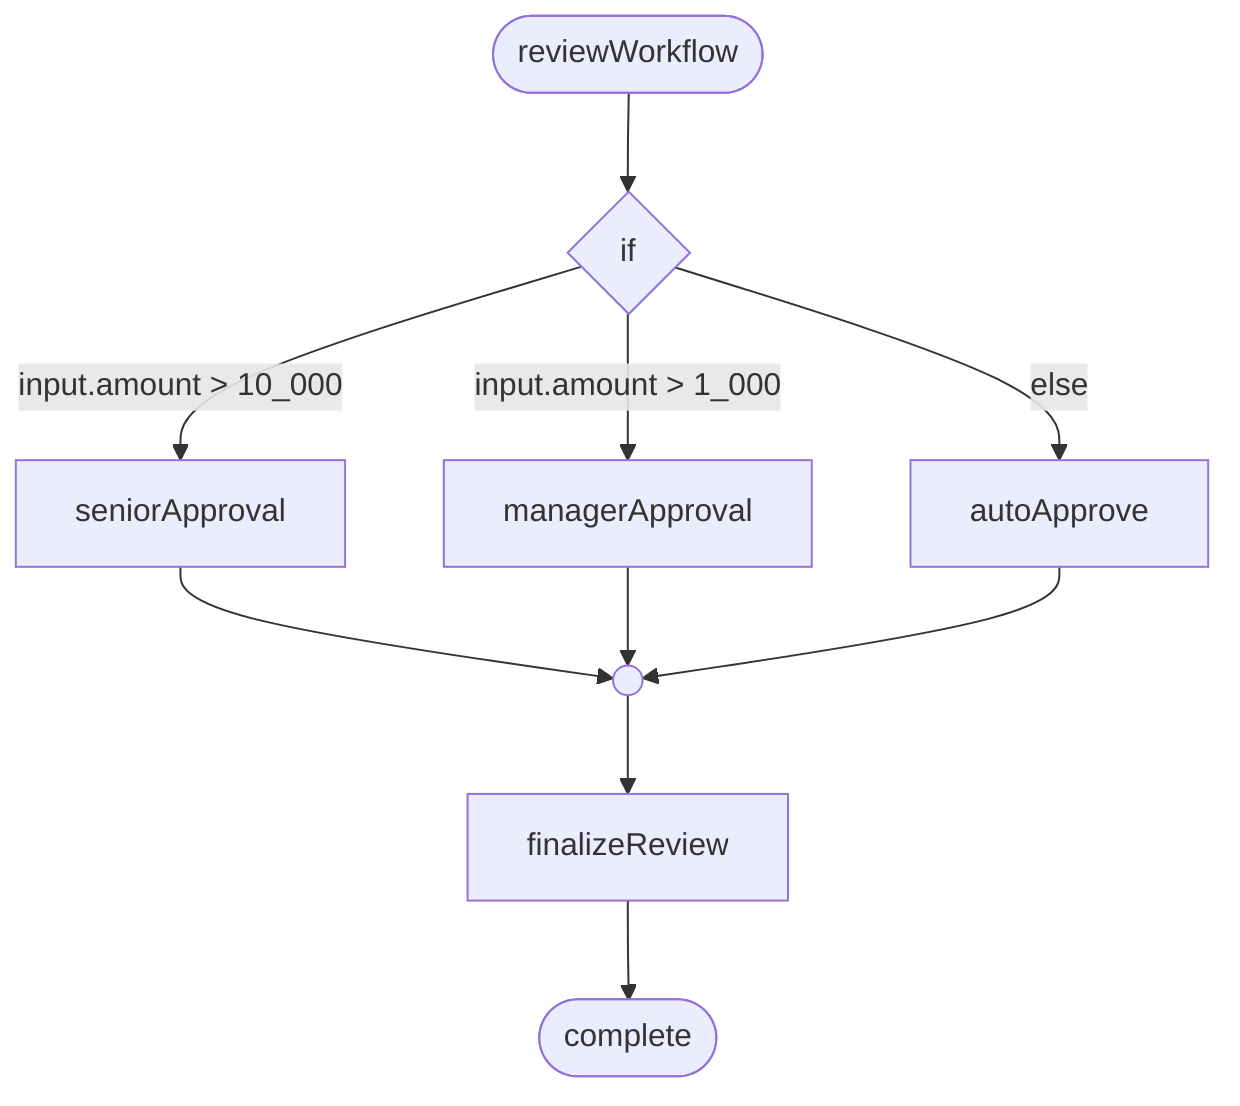
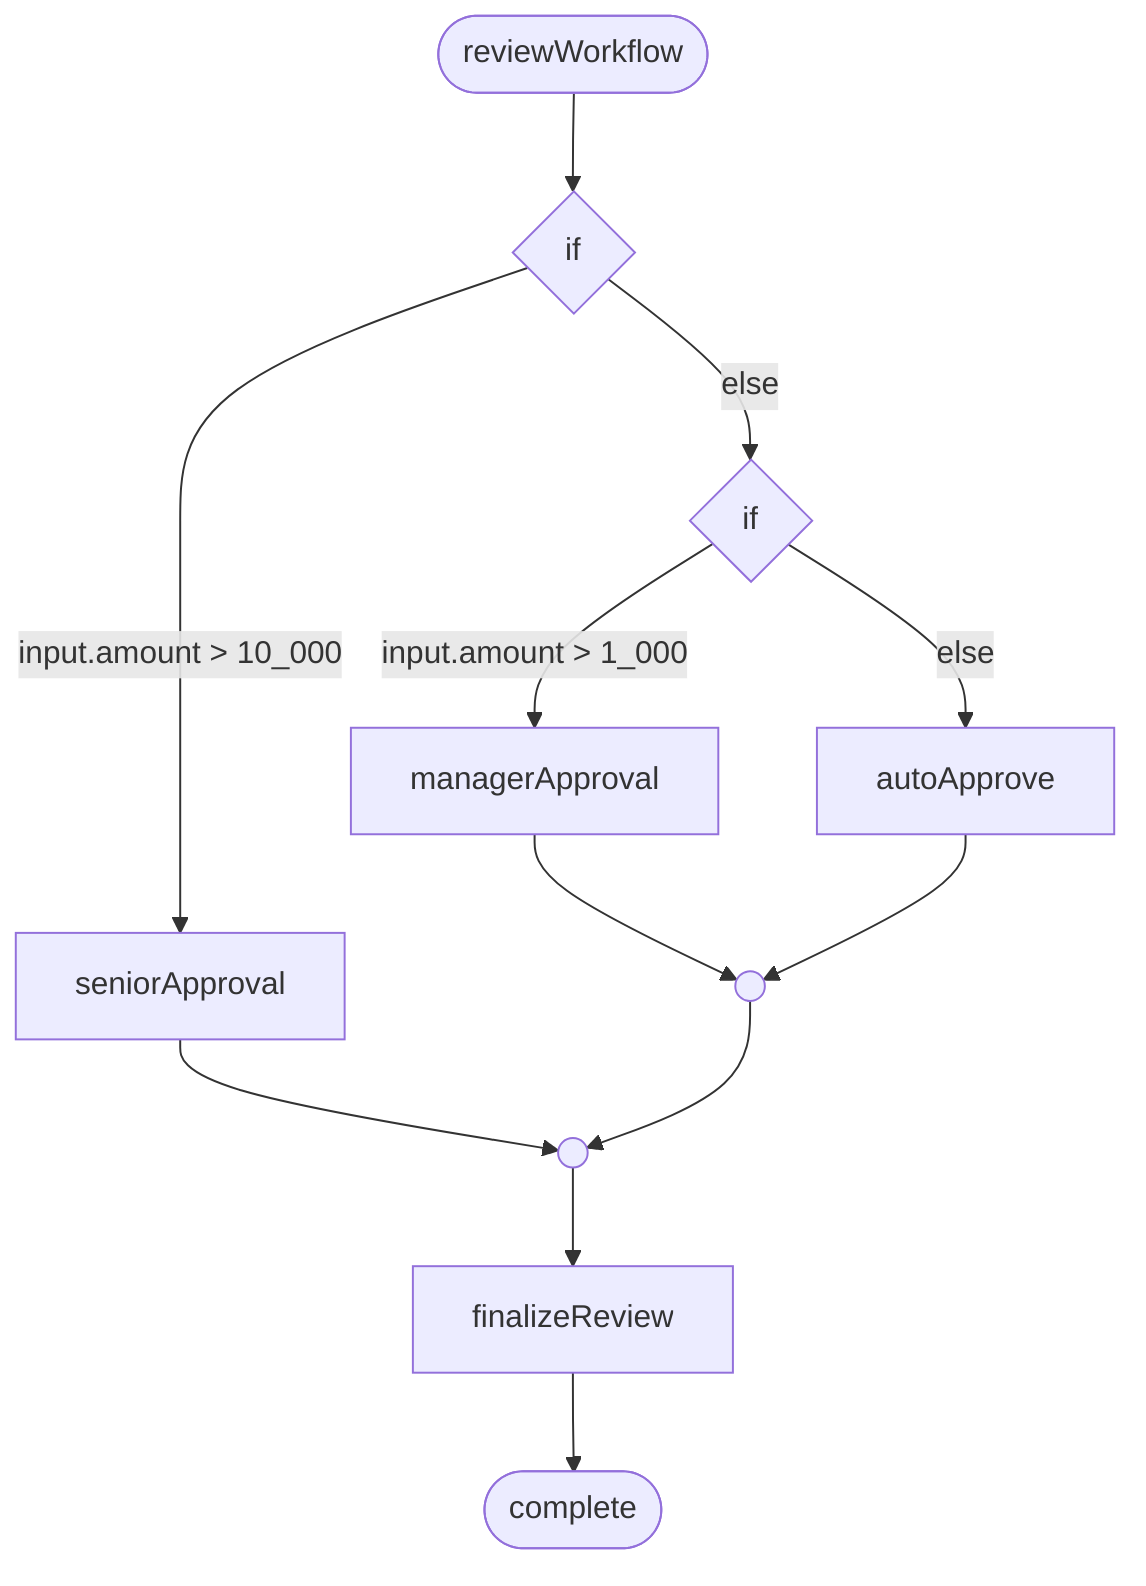
flowchart TD
  start(["reviewWorkflow"])
-   flow_reviewWorkflow_4{"if"}
+   flow_reviewWorkflow_5{"if"}
  n1(( ))
  flow_reviewWorkflow_1["seniorApproval"]
+   flow_reviewWorkflow_4{"if"}
+   n2(( ))
  flow_reviewWorkflow_2["managerApproval"]
  flow_reviewWorkflow_3["autoApprove"]
-   flow_reviewWorkflow_5["finalizeReview"]
+   flow_reviewWorkflow_6["finalizeReview"]
  complete(["complete"])
-   start --> flow_reviewWorkflow_4
-   flow_reviewWorkflow_4 -->|"input.amount > 10_000"| flow_reviewWorkflow_1
+   start --> flow_reviewWorkflow_5
+   flow_reviewWorkflow_5 -->|"input.amount > 10_000"| flow_reviewWorkflow_1
  flow_reviewWorkflow_1 --> n1
+   flow_reviewWorkflow_5 -->|"else"| flow_reviewWorkflow_4
  flow_reviewWorkflow_4 -->|"input.amount > 1_000"| flow_reviewWorkflow_2
-   flow_reviewWorkflow_2 --> n1
+   flow_reviewWorkflow_2 --> n2
  flow_reviewWorkflow_4 -->|"else"| flow_reviewWorkflow_3
-   flow_reviewWorkflow_3 --> n1
-   n1 --> flow_reviewWorkflow_5
-   flow_reviewWorkflow_5 --> complete
+   flow_reviewWorkflow_3 --> n2
+   n2 --> n1
+   n1 --> flow_reviewWorkflow_6
+   flow_reviewWorkflow_6 --> complete
